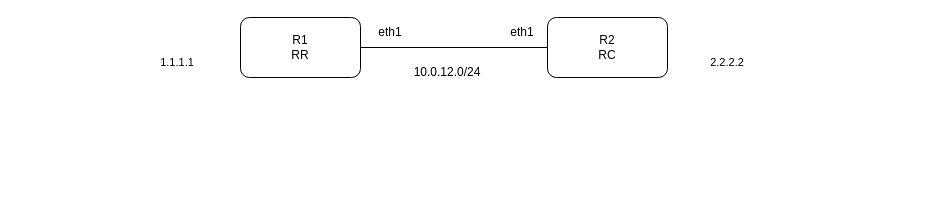
The draw.io diagram EVPN-EBGP/Diagram.drawio in jiegitrepo/network_container_lab, before the edit. Source tidied: cells renumbered, new cells numbered last; positions are measured from the earlier drawing's top-left corner, leaving out a move shared by most shapes. Both pictures are drawn from the tidied source at 100%, with x=0, y=0 at pixel (147, 17).
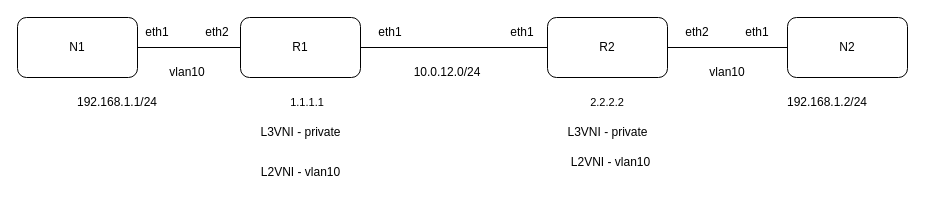
The same diagram, later.

The edit, as a diff of the source:
```diff
@@
+    <mxCell id="10" style="edgeStyle=orthogonalEdgeStyle;rounded=0;jettySize=auto;html=1;exitX=0;exitY=0.5;exitDx=0;exitDy=0;entryX=1;entryY=0.5;entryDx=0;entryDy=0;endArrow=none;endFill=0;" parent="1" edge="1" source="2" target="12">
+      <mxGeometry relative="1" as="geometry" />
+    </mxCell>
-    <mxCell id="2" value="R1&lt;br&gt;RR" style="rounded=1;whiteSpace=wrap;html=1;" parent="1" vertex="1">
+    <mxCell id="2" value="R1" style="rounded=1;whiteSpace=wrap;html=1;" parent="1" vertex="1">
       <mxGeometry x="93" width="120" height="60" as="geometry" />
     </mxCell>
@@
+    <mxCell id="11" style="edgeStyle=orthogonalEdgeStyle;shape=connector;rounded=0;jettySize=auto;html=1;exitX=1;exitY=0.5;exitDx=0;exitDy=0;entryX=0;entryY=0.5;entryDx=0;entryDy=0;strokeColor=default;align=center;verticalAlign=middle;fontFamily=Helvetica;fontSize=11;fontColor=default;labelBackgroundColor=default;endArrow=none;endFill=0;" parent="1" edge="1" source="4" target="13">
+      <mxGeometry relative="1" as="geometry" />
+    </mxCell>
-    <mxCell id="4" value="R2&lt;br&gt;RC" style="rounded=1;whiteSpace=wrap;html=1;" parent="1" vertex="1">
+    <mxCell id="4" value="R2" style="rounded=1;whiteSpace=wrap;html=1;" parent="1" vertex="1">
       <mxGeometry x="400" width="120" height="60" as="geometry" />
     </mxCell>
@@
     <mxCell id="8" value="1.1.1.1" style="text;html=1;whiteSpace=wrap;strokeColor=none;fillColor=none;align=center;verticalAlign=middle;rounded=0;fontFamily=Helvetica;fontSize=11;fontColor=default;labelBackgroundColor=default;" parent="1" vertex="1">
-      <mxGeometry y="30" width="60" height="30" as="geometry" />
+      <mxGeometry x="130" y="70" width="60" height="30" as="geometry" />
     </mxCell>
     <mxCell id="9" value="2.2.2.2" style="text;html=1;whiteSpace=wrap;strokeColor=none;fillColor=none;align=center;verticalAlign=middle;rounded=0;fontFamily=Helvetica;fontSize=11;fontColor=default;labelBackgroundColor=default;" parent="1" vertex="1">
-      <mxGeometry x="550" y="30" width="60" height="30" as="geometry" />
+      <mxGeometry x="430" y="70" width="60" height="30" as="geometry" />
     </mxCell>
+    <mxCell id="12" value="N1" style="rounded=1;whiteSpace=wrap;html=1;" parent="1" vertex="1">
+      <mxGeometry x="-130" width="120" height="60" as="geometry" />
+    </mxCell>
+    <mxCell id="13" value="N2" style="rounded=1;whiteSpace=wrap;html=1;" parent="1" vertex="1">
+      <mxGeometry x="640" width="120" height="60" as="geometry" />
+    </mxCell>
+    <mxCell id="14" value="vlan10" style="text;html=1;whiteSpace=wrap;strokeColor=none;fillColor=none;align=center;verticalAlign=middle;rounded=0;" parent="1" vertex="1">
+      <mxGeometry x="10" y="40" width="60" height="30" as="geometry" />
+    </mxCell>
+    <mxCell id="15" value="vlan10" style="text;html=1;whiteSpace=wrap;strokeColor=none;fillColor=none;align=center;verticalAlign=middle;rounded=0;" parent="1" vertex="1">
+      <mxGeometry x="550" y="40" width="60" height="30" as="geometry" />
+    </mxCell>
+    <mxCell id="16" value="eth2" style="text;html=1;whiteSpace=wrap;strokeColor=none;fillColor=none;align=center;verticalAlign=middle;rounded=0;" parent="1" vertex="1">
+      <mxGeometry x="40" width="60" height="30" as="geometry" />
+    </mxCell>
+    <mxCell id="17" value="eth1" style="text;html=1;whiteSpace=wrap;strokeColor=none;fillColor=none;align=center;verticalAlign=middle;rounded=0;" parent="1" vertex="1">
+      <mxGeometry x="-20" width="60" height="30" as="geometry" />
+    </mxCell>
+    <mxCell id="18" value="eth2" style="text;html=1;whiteSpace=wrap;strokeColor=none;fillColor=none;align=center;verticalAlign=middle;rounded=0;" parent="1" vertex="1">
+      <mxGeometry x="520" width="60" height="30" as="geometry" />
+    </mxCell>
+    <mxCell id="19" value="eth1" style="text;html=1;whiteSpace=wrap;strokeColor=none;fillColor=none;align=center;verticalAlign=middle;rounded=0;" parent="1" vertex="1">
+      <mxGeometry x="580" width="60" height="30" as="geometry" />
+    </mxCell>
+    <mxCell id="20" value="L3VNI - private" style="text;html=1;whiteSpace=wrap;strokeColor=none;fillColor=none;align=center;verticalAlign=middle;rounded=0;" parent="1" vertex="1">
+      <mxGeometry x="109.5" y="100" width="87" height="30" as="geometry" />
+    </mxCell>
+    <mxCell id="21" value="L3VNI - private" style="text;html=1;whiteSpace=wrap;strokeColor=none;fillColor=none;align=center;verticalAlign=middle;rounded=0;" parent="1" vertex="1">
+      <mxGeometry x="416.5" y="100" width="87" height="30" as="geometry" />
+    </mxCell>
+    <mxCell id="22" value="L2VNI - vlan10" style="text;html=1;whiteSpace=wrap;strokeColor=none;fillColor=none;align=center;verticalAlign=middle;rounded=0;" parent="1" vertex="1">
+      <mxGeometry x="109.5" y="140" width="87" height="30" as="geometry" />
+    </mxCell>
+    <mxCell id="23" value="L2VNI - vlan10" style="text;html=1;whiteSpace=wrap;strokeColor=none;fillColor=none;align=center;verticalAlign=middle;rounded=0;" parent="1" vertex="1">
+      <mxGeometry x="420" y="130" width="87" height="30" as="geometry" />
+    </mxCell>
+    <mxCell id="24" value="192.168.1.1/24" style="text;html=1;whiteSpace=wrap;strokeColor=none;fillColor=none;align=center;verticalAlign=middle;rounded=0;" parent="1" vertex="1">
+      <mxGeometry x="-60" y="70" width="60" height="30" as="geometry" />
+    </mxCell>
+    <mxCell id="25" value="192.168.1.2/24" style="text;html=1;whiteSpace=wrap;strokeColor=none;fillColor=none;align=center;verticalAlign=middle;rounded=0;" parent="1" vertex="1">
+      <mxGeometry x="650" y="70" width="60" height="30" as="geometry" />
+    </mxCell>
```
